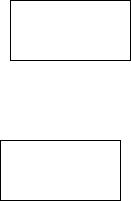
Earlier version of the draw.io export Untitled Diagram.png (skywli/diagram). Source tidied: cells renumbered, new cells last; positions are measured from the earlier drawing's top-left corner, leaving out a move shared by most shapes.
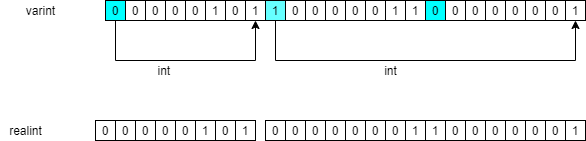
The same diagram one commit later.

Change to the diagram source:
```diff
@@ -2,11 +2,244 @@
   <root>
     <mxCell id="0" />
     <mxCell id="1" parent="0" />
+    <mxCell id="4" style="group;fillColor=#66FF66;" parent="1" vertex="1">
+      <mxGeometry x="-10" width="160" height="20" as="geometry" />
+    </mxCell>
+    <mxCell id="5" style="group;" parent="4" vertex="1">
+      <mxGeometry width="80" height="20" as="geometry" />
+    </mxCell>
-    <mxCell id="2" style="rounded=0;whiteSpace=wrap;html=1;" parent="1" vertex="1">
-      <mxGeometry y="140" width="120" height="60" as="geometry" />
+    <mxCell id="2" value="0" style="rounded=0;whiteSpace=wrap;html=1;fillColor=#00FFFF;" parent="5" vertex="1">
+      <mxGeometry width="20" height="20" as="geometry" />
     </mxCell>
-    <mxCell id="3" style="rounded=0;whiteSpace=wrap;html=1;" parent="1" vertex="1">
-      <mxGeometry x="10" width="120" height="60" as="geometry" />
-    </mxCell>
+    <mxCell id="6" value="0" style="rounded=0;whiteSpace=wrap;html=1;" parent="5" vertex="1">
+      <mxGeometry x="20" width="20" height="20" as="geometry" />
+    </mxCell>
+    <mxCell id="7" value="0" style="rounded=0;whiteSpace=wrap;html=1;" parent="5" vertex="1">
+      <mxGeometry x="40" width="20" height="20" as="geometry" />
+    </mxCell>
+    <mxCell id="8" value="0" style="rounded=0;whiteSpace=wrap;html=1;" parent="5" vertex="1">
+      <mxGeometry x="60" width="20" height="20" as="geometry" />
+    </mxCell>
+    <mxCell id="9" style="group;" parent="4" vertex="1">
+      <mxGeometry x="80" width="80" height="20" as="geometry" />
+    </mxCell>
+    <mxCell id="10" value="0" style="rounded=0;whiteSpace=wrap;html=1;" parent="9" vertex="1">
+      <mxGeometry width="20" height="20" as="geometry" />
+    </mxCell>
+    <mxCell id="11" value="1" style="rounded=0;whiteSpace=wrap;html=1;" parent="9" vertex="1">
+      <mxGeometry x="20" width="20" height="20" as="geometry" />
+    </mxCell>
+    <mxCell id="12" value="0" style="rounded=0;whiteSpace=wrap;html=1;" parent="9" vertex="1">
+      <mxGeometry x="40" width="20" height="20" as="geometry" />
+    </mxCell>
+    <mxCell id="13" value="1" style="rounded=0;whiteSpace=wrap;html=1;" parent="9" vertex="1">
+      <mxGeometry x="60" width="20" height="20" as="geometry" />
+    </mxCell>
+    <mxCell id="14" style="edgeStyle=elbowEdgeStyle;rounded=0;jettySize=auto;html=1;exitX=0.5;exitY=1;exitDx=0;exitDy=0;elbow=vertical;entryX=0.5;entryY=1;entryDx=0;entryDy=0;" parent="4" edge="1" source="2" target="13">
+      <mxGeometry relative="1" as="geometry">
+        <Array as="points">
+          <mxPoint x="80" y="60" />
+        </Array>
+      </mxGeometry>
+    </mxCell>
+    <mxCell id="15" value="int&amp;nbsp;" style="text;html=1;align=center;verticalAlign=middle;" parent="1" vertex="1">
+      <mxGeometry x="35" y="60" width="30" height="20" as="geometry" />
+    </mxCell>
+    <mxCell id="16" value="int" style="text;html=1;align=center;verticalAlign=middle;" parent="1" vertex="1">
+      <mxGeometry x="260" y="60" width="30" height="20" as="geometry" />
+    </mxCell>
+    <mxCell id="17" style="group;" parent="1" vertex="1">
+      <mxGeometry x="150" width="320" height="20" as="geometry" />
+    </mxCell>
+    <mxCell id="18" style="group;fillColor=#99FFFF;" parent="17" vertex="1">
+      <mxGeometry width="160" height="20" as="geometry" />
+    </mxCell>
+    <mxCell id="19" style="group;" parent="18" vertex="1">
+      <mxGeometry width="80" height="20" as="geometry" />
+    </mxCell>
+    <mxCell id="20" value="1" style="rounded=0;whiteSpace=wrap;html=1;fillColor=#66FFFF;" parent="19" vertex="1">
+      <mxGeometry width="20" height="20" as="geometry" />
+    </mxCell>
+    <mxCell id="21" value="0" style="rounded=0;whiteSpace=wrap;html=1;" parent="19" vertex="1">
+      <mxGeometry x="20" width="20" height="20" as="geometry" />
+    </mxCell>
+    <mxCell id="22" value="0" style="rounded=0;whiteSpace=wrap;html=1;" parent="19" vertex="1">
+      <mxGeometry x="40" width="20" height="20" as="geometry" />
+    </mxCell>
+    <mxCell id="23" value="0" style="rounded=0;whiteSpace=wrap;html=1;" parent="19" vertex="1">
+      <mxGeometry x="60" width="20" height="20" as="geometry" />
+    </mxCell>
+    <mxCell id="24" style="group;" parent="18" vertex="1">
+      <mxGeometry x="80" width="80" height="20" as="geometry" />
+    </mxCell>
+    <mxCell id="25" value="0" style="rounded=0;whiteSpace=wrap;html=1;" parent="24" vertex="1">
+      <mxGeometry width="20" height="20" as="geometry" />
+    </mxCell>
+    <mxCell id="26" value="0" style="rounded=0;whiteSpace=wrap;html=1;" parent="24" vertex="1">
+      <mxGeometry x="20" width="20" height="20" as="geometry" />
+    </mxCell>
+    <mxCell id="27" value="1" style="rounded=0;whiteSpace=wrap;html=1;" parent="24" vertex="1">
+      <mxGeometry x="40" width="20" height="20" as="geometry" />
+    </mxCell>
+    <mxCell id="28" value="1" style="rounded=0;whiteSpace=wrap;html=1;" parent="24" vertex="1">
+      <mxGeometry x="60" width="20" height="20" as="geometry" />
+    </mxCell>
+    <mxCell id="29" style="group;fillColor=#66FF66;" parent="17" vertex="1">
+      <mxGeometry x="160" width="160" height="20" as="geometry" />
+    </mxCell>
+    <mxCell id="30" style="group;" parent="29" vertex="1">
+      <mxGeometry width="80" height="20" as="geometry" />
+    </mxCell>
+    <mxCell id="31" value="0" style="rounded=0;whiteSpace=wrap;html=1;fillColor=#00FFFF;" parent="30" vertex="1">
+      <mxGeometry width="20" height="20" as="geometry" />
+    </mxCell>
+    <mxCell id="32" value="0" style="rounded=0;whiteSpace=wrap;html=1;" parent="30" vertex="1">
+      <mxGeometry x="20" width="20" height="20" as="geometry" />
+    </mxCell>
+    <mxCell id="33" value="0" style="rounded=0;whiteSpace=wrap;html=1;" parent="30" vertex="1">
+      <mxGeometry x="40" width="20" height="20" as="geometry" />
+    </mxCell>
+    <mxCell id="34" value="0" style="rounded=0;whiteSpace=wrap;html=1;" parent="30" vertex="1">
+      <mxGeometry x="60" width="20" height="20" as="geometry" />
+    </mxCell>
+    <mxCell id="35" style="group;" parent="29" vertex="1">
+      <mxGeometry x="80" width="80" height="20" as="geometry" />
+    </mxCell>
+    <mxCell id="36" value="0" style="rounded=0;whiteSpace=wrap;html=1;" parent="35" vertex="1">
+      <mxGeometry width="20" height="20" as="geometry" />
+    </mxCell>
+    <mxCell id="37" value="0" style="rounded=0;whiteSpace=wrap;html=1;" parent="35" vertex="1">
+      <mxGeometry x="20" width="20" height="20" as="geometry" />
+    </mxCell>
+    <mxCell id="38" value="0" style="rounded=0;whiteSpace=wrap;html=1;" parent="35" vertex="1">
+      <mxGeometry x="40" width="20" height="20" as="geometry" />
+    </mxCell>
+    <mxCell id="39" value="1" style="rounded=0;whiteSpace=wrap;html=1;" parent="35" vertex="1">
+      <mxGeometry x="60" width="20" height="20" as="geometry" />
+    </mxCell>
+    <mxCell id="40" style="edgeStyle=elbowEdgeStyle;rounded=0;jettySize=auto;elbow=vertical;html=1;exitX=0.5;exitY=1;exitDx=0;exitDy=0;entryX=0.5;entryY=1;entryDx=0;entryDy=0;" parent="17" edge="1" source="20" target="39">
+      <mxGeometry relative="1" as="geometry">
+        <Array as="points">
+          <mxPoint x="140" y="60" />
+        </Array>
+      </mxGeometry>
+    </mxCell>
+    <mxCell id="41" value="varint" style="text;html=1;align=center;verticalAlign=middle;" parent="1" vertex="1">
+      <mxGeometry x="-100" width="50" height="20" as="geometry" />
+    </mxCell>
+    <mxCell id="42" style="group;fillColor=#66FF66;" parent="1" vertex="1">
+      <mxGeometry x="-20" y="120" width="160" height="20" as="geometry" />
+    </mxCell>
+    <mxCell id="43" style="group;" parent="42" vertex="1">
+      <mxGeometry width="80" height="20" as="geometry" />
+    </mxCell>
+    <mxCell id="44" value="0" style="rounded=0;whiteSpace=wrap;html=1;fillColor=#FFFFFF;" parent="43" vertex="1">
+      <mxGeometry width="20" height="20" as="geometry" />
+    </mxCell>
+    <mxCell id="45" value="0" style="rounded=0;whiteSpace=wrap;html=1;" parent="43" vertex="1">
+      <mxGeometry x="20" width="20" height="20" as="geometry" />
+    </mxCell>
+    <mxCell id="46" value="0" style="rounded=0;whiteSpace=wrap;html=1;" parent="43" vertex="1">
+      <mxGeometry x="40" width="20" height="20" as="geometry" />
+    </mxCell>
+    <mxCell id="47" value="0" style="rounded=0;whiteSpace=wrap;html=1;" parent="43" vertex="1">
+      <mxGeometry x="60" width="20" height="20" as="geometry" />
+    </mxCell>
+    <mxCell id="48" style="group;" parent="42" vertex="1">
+      <mxGeometry x="80" width="80" height="20" as="geometry" />
+    </mxCell>
+    <mxCell id="49" value="0" style="rounded=0;whiteSpace=wrap;html=1;" parent="48" vertex="1">
+      <mxGeometry width="20" height="20" as="geometry" />
+    </mxCell>
+    <mxCell id="50" value="1" style="rounded=0;whiteSpace=wrap;html=1;" parent="48" vertex="1">
+      <mxGeometry x="20" width="20" height="20" as="geometry" />
+    </mxCell>
+    <mxCell id="51" value="0" style="rounded=0;whiteSpace=wrap;html=1;" parent="48" vertex="1">
+      <mxGeometry x="40" width="20" height="20" as="geometry" />
+    </mxCell>
+    <mxCell id="52" value="1" style="rounded=0;whiteSpace=wrap;html=1;" parent="48" vertex="1">
+      <mxGeometry x="60" width="20" height="20" as="geometry" />
+    </mxCell>
+    <mxCell id="53" value="realint" style="text;html=1;align=center;verticalAlign=middle;" parent="1" vertex="1">
+      <mxGeometry x="-115" y="120" width="50" height="20" as="geometry" />
+    </mxCell>
+    <mxCell id="54" style="group;" parent="1" vertex="1">
+      <mxGeometry x="150" y="120" width="320" height="20" as="geometry" />
+    </mxCell>
+    <mxCell id="55" style="group;" parent="54" vertex="1">
+      <mxGeometry width="320" height="20" as="geometry" />
+    </mxCell>
+    <mxCell id="56" style="group;" parent="55" vertex="1">
+      <mxGeometry width="320" height="20" as="geometry" />
+    </mxCell>
+    <mxCell id="57" style="group;fillColor=#99FFFF;" parent="56" vertex="1">
+      <mxGeometry width="160" height="20" as="geometry" />
+    </mxCell>
+    <mxCell id="58" style="group;" parent="57" vertex="1">
+      <mxGeometry width="80" height="20" as="geometry" />
+    </mxCell>
+    <mxCell id="59" value="0" style="rounded=0;whiteSpace=wrap;html=1;fillColor=#FFFFFF;" parent="58" vertex="1">
+      <mxGeometry width="20" height="20" as="geometry" />
+    </mxCell>
+    <mxCell id="60" value="0" style="rounded=0;whiteSpace=wrap;html=1;" parent="58" vertex="1">
+      <mxGeometry x="20" width="20" height="20" as="geometry" />
+    </mxCell>
+    <mxCell id="61" value="0" style="rounded=0;whiteSpace=wrap;html=1;" parent="58" vertex="1">
+      <mxGeometry x="40" width="20" height="20" as="geometry" />
+    </mxCell>
+    <mxCell id="62" style="edgeStyle=elbowEdgeStyle;rounded=0;jettySize=auto;elbow=vertical;html=1;exitX=0;exitY=0.5;exitDx=0;exitDy=0;entryX=1;entryY=0.5;entryDx=0;entryDy=0;" parent="58" edge="1" source="63" target="61">
+      <mxGeometry relative="1" as="geometry" />
+    </mxCell>
+    <mxCell id="63" value="0" style="rounded=0;whiteSpace=wrap;html=1;" parent="58" vertex="1">
+      <mxGeometry x="60" width="20" height="20" as="geometry" />
+    </mxCell>
+    <mxCell id="64" style="group;" parent="57" vertex="1">
+      <mxGeometry x="80" width="80" height="20" as="geometry" />
+    </mxCell>
+    <mxCell id="65" value="0" style="rounded=0;whiteSpace=wrap;html=1;" parent="64" vertex="1">
+      <mxGeometry width="20" height="20" as="geometry" />
+    </mxCell>
+    <mxCell id="66" value="0" style="rounded=0;whiteSpace=wrap;html=1;" parent="64" vertex="1">
+      <mxGeometry x="20" width="20" height="20" as="geometry" />
+    </mxCell>
+    <mxCell id="67" value="0" style="rounded=0;whiteSpace=wrap;html=1;" parent="64" vertex="1">
+      <mxGeometry x="40" width="20" height="20" as="geometry" />
+    </mxCell>
+    <mxCell id="68" value="1" style="rounded=0;whiteSpace=wrap;html=1;" parent="64" vertex="1">
+      <mxGeometry x="60" width="20" height="20" as="geometry" />
+    </mxCell>
+    <mxCell id="69" style="group;fillColor=#66FF66;" parent="56" vertex="1">
+      <mxGeometry x="160" width="160" height="20" as="geometry" />
+    </mxCell>
+    <mxCell id="70" style="group;" parent="69" vertex="1">
+      <mxGeometry width="80" height="20" as="geometry" />
+    </mxCell>
+    <mxCell id="71" value="1" style="rounded=0;whiteSpace=wrap;html=1;fillColor=#FFFFFF;" parent="70" vertex="1">
+      <mxGeometry width="20" height="20" as="geometry" />
+    </mxCell>
+    <mxCell id="72" value="0" style="rounded=0;whiteSpace=wrap;html=1;" parent="70" vertex="1">
+      <mxGeometry x="20" width="20" height="20" as="geometry" />
+    </mxCell>
+    <mxCell id="73" value="0" style="rounded=0;whiteSpace=wrap;html=1;" parent="70" vertex="1">
+      <mxGeometry x="40" width="20" height="20" as="geometry" />
+    </mxCell>
+    <mxCell id="74" value="0" style="rounded=0;whiteSpace=wrap;html=1;" parent="70" vertex="1">
+      <mxGeometry x="60" width="20" height="20" as="geometry" />
+    </mxCell>
+    <mxCell id="75" style="group;" parent="69" vertex="1">
+      <mxGeometry x="80" width="80" height="20" as="geometry" />
+    </mxCell>
+    <mxCell id="76" value="0" style="rounded=0;whiteSpace=wrap;html=1;" parent="75" vertex="1">
+      <mxGeometry width="20" height="20" as="geometry" />
+    </mxCell>
+    <mxCell id="77" value="0" style="rounded=0;whiteSpace=wrap;html=1;" parent="75" vertex="1">
+      <mxGeometry x="20" width="20" height="20" as="geometry" />
+    </mxCell>
+    <mxCell id="78" value="0" style="rounded=0;whiteSpace=wrap;html=1;" parent="75" vertex="1">
+      <mxGeometry x="40" width="20" height="20" as="geometry" />
+    </mxCell>
+    <mxCell id="79" value="1" style="rounded=0;whiteSpace=wrap;html=1;" parent="75" vertex="1">
+      <mxGeometry x="60" width="20" height="20" as="geometry" />
+    </mxCell>
   </root>
 </mxGraphModel>
```
